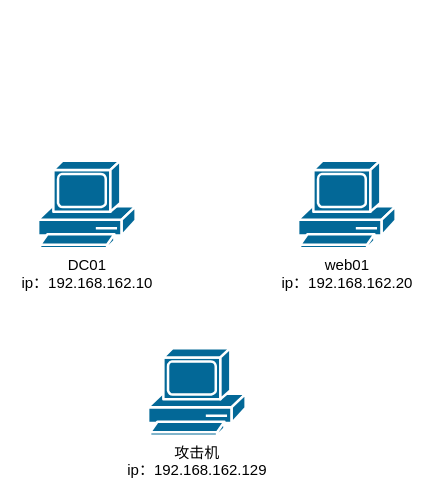
ethicalpaws/youth-sandbox keeps this draw.io diagram as docs/tech-study/knowledge/06-red-blue-confrontation/internal-network/environment/small-net-topology.drawio. Above is the earlier version. Source tidied: cells renumbered, new cells numbered last; positions are measured from the earlier drawing's top-left corner, leaving out a move shared by most shapes. Both pictures are drawn from the tidied source at 125%, with x=0, y=0 at pixel (38, 160).
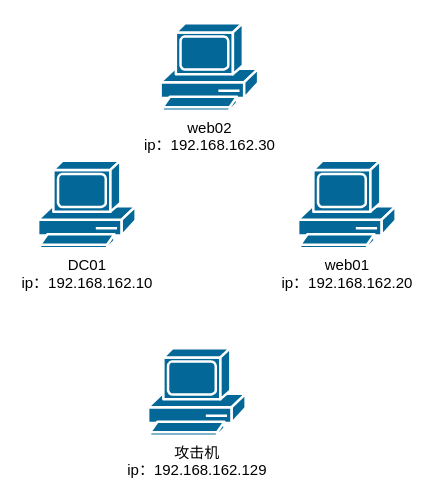
The same diagram, later.

What changed in the source:
```diff
@@
 <mxGraphModel>
   <root>
     <mxCell id="0" />
     <mxCell id="1" parent="0" />
     <mxCell id="2" value="web01&lt;div&gt;ip：192.168.162.20&lt;/div&gt;" style="sketch=0;html=1;dashed=0;fillColor=#036897;strokeColor=#ffffff;strokeWidth=2;verticalLabelPosition=bottom;verticalAlign=top;align=center;shape=mxgraph.cisco.computers_and_peripherals.pc;" parent="1" vertex="1">
       <mxGeometry x="208" width="78" height="70" as="geometry" />
     </mxCell>
     <mxCell id="3" value="DC01&lt;div&gt;ip：192.168.162.10&lt;/div&gt;" style="sketch=0;html=1;dashed=0;fillColor=#036897;strokeColor=#ffffff;strokeWidth=2;verticalLabelPosition=bottom;verticalAlign=top;align=center;shape=mxgraph.cisco.computers_and_peripherals.pc;" parent="1" vertex="1">
       <mxGeometry width="78" height="70" as="geometry" />
     </mxCell>
     <mxCell id="4" value="攻击机&lt;div&gt;ip：192.168.162.129&lt;/div&gt;" style="sketch=0;html=1;dashed=0;fillColor=#036897;strokeColor=#ffffff;strokeWidth=2;verticalLabelPosition=bottom;verticalAlign=top;align=center;shape=mxgraph.cisco.computers_and_peripherals.pc;" parent="1" vertex="1">
       <mxGeometry x="88" y="150" width="78" height="70" as="geometry" />
     </mxCell>
+    <mxCell id="5" value="web02&lt;div&gt;ip：192.168.162.30&lt;/div&gt;" style="sketch=0;html=1;dashed=0;fillColor=#036897;strokeColor=#ffffff;strokeWidth=2;verticalLabelPosition=bottom;verticalAlign=top;align=center;shape=mxgraph.cisco.computers_and_peripherals.pc;" parent="1" vertex="1">
+      <mxGeometry x="98" y="-110" width="78" height="70" as="geometry" />
+    </mxCell>
   </root>
 </mxGraphModel>
```
